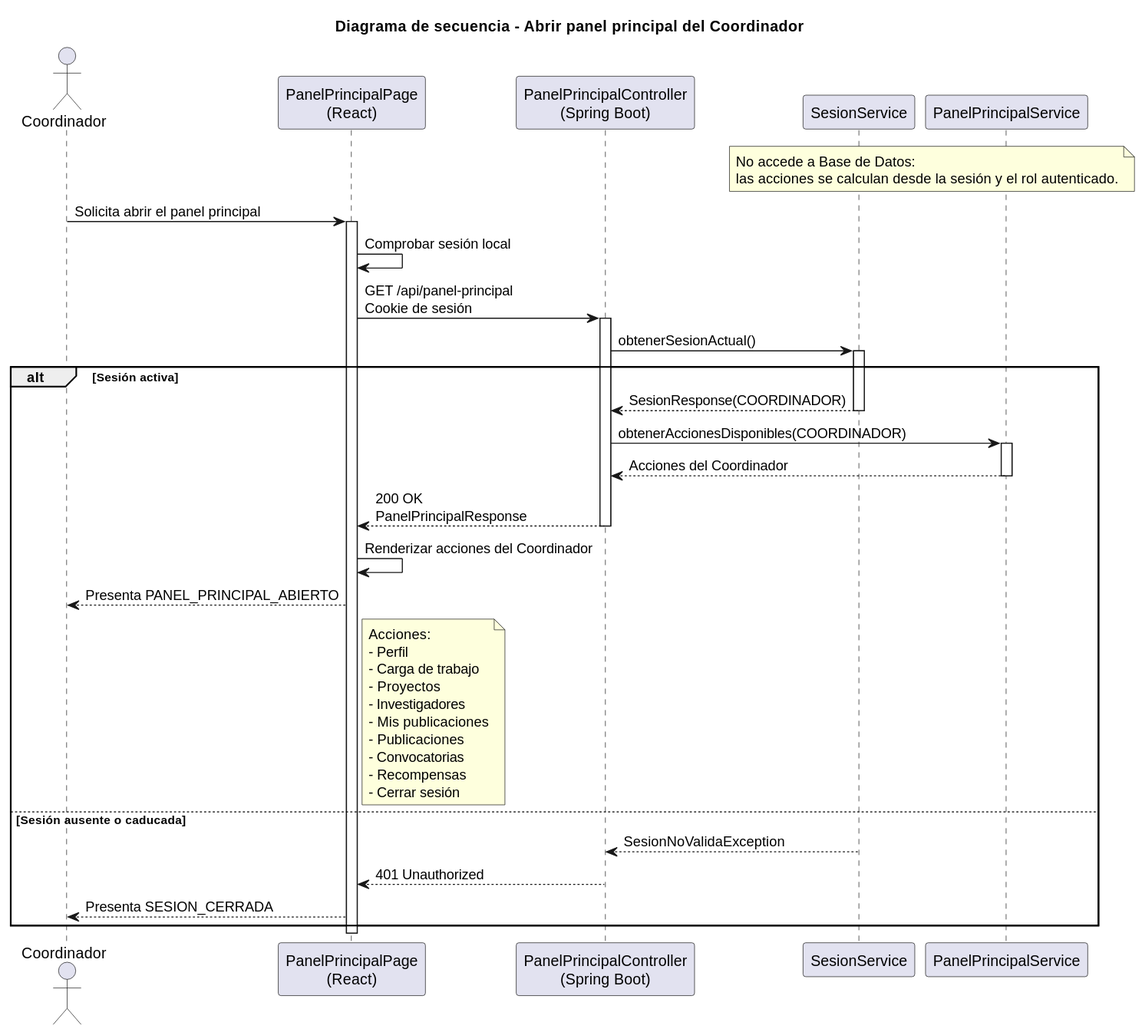
Before: images/RUP/02-diseño/casos-uso/coordinador/abrirPanelPrincipal/secuencia.svg, a diagram exported from PlantUML (beatriizorozco/25-26-idsw2-sdVC).
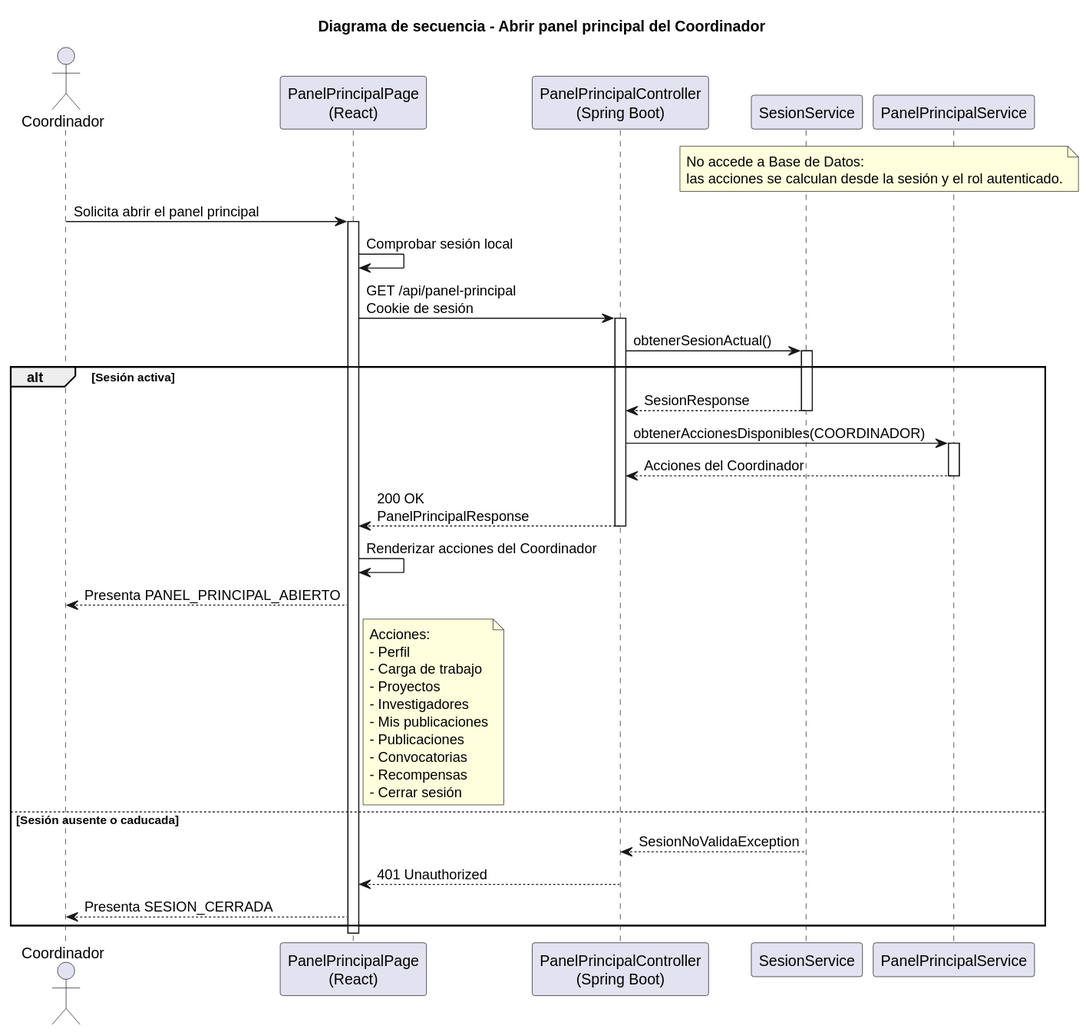
Later version of the same file.

What changed in the source:
```diff
@@ -20,7 +20,7 @@
 Api -> Sesion: obtenerSesionActual()
 activate Sesion
 alt Sesión activa
-    Sesion --> Api: SesionResponse(COORDINADOR)
+    Sesion --> Api: SesionResponse
     deactivate Sesion
     Api -> Panel: obtenerAccionesDisponibles(COORDINADOR)
     activate Panel
```
